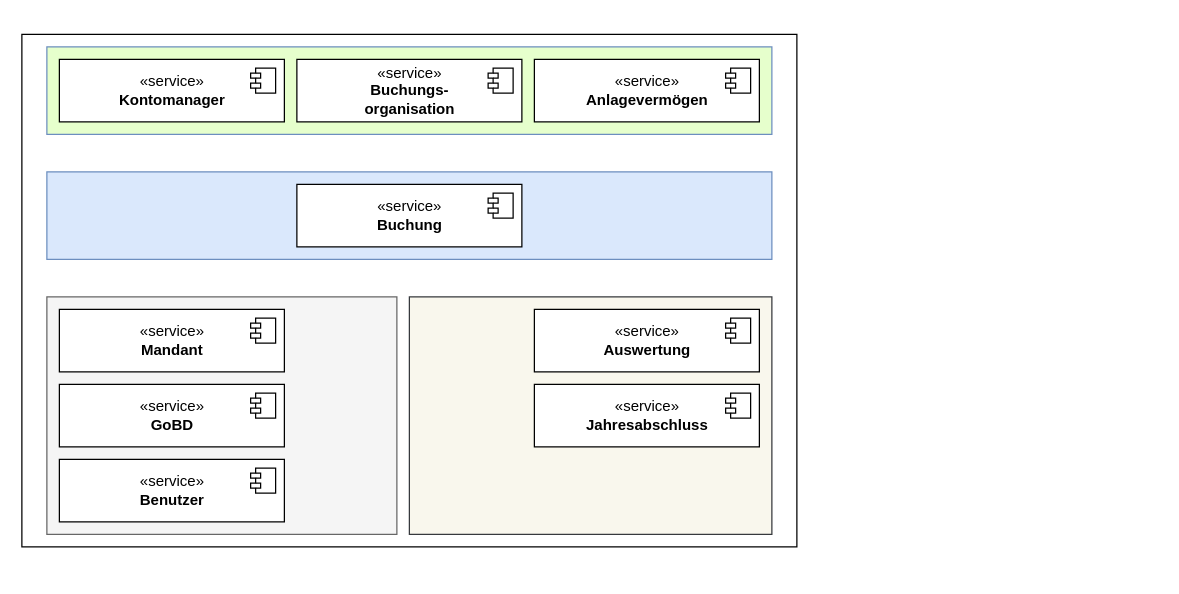
The draw.io diagram page "technische Komponenten" (3 of 5) of architektur/Architektur.drawio in DirkPodolakEssquare/agenda, before the edit. Source tidied: cells renumbered, new cells numbered last; positions are measured from the earlier drawing's top-left corner, leaving out a move shared by most shapes. Both pictures are drawn from the tidied source at 125%, with x=0, y=0 at pixel (21, 34).
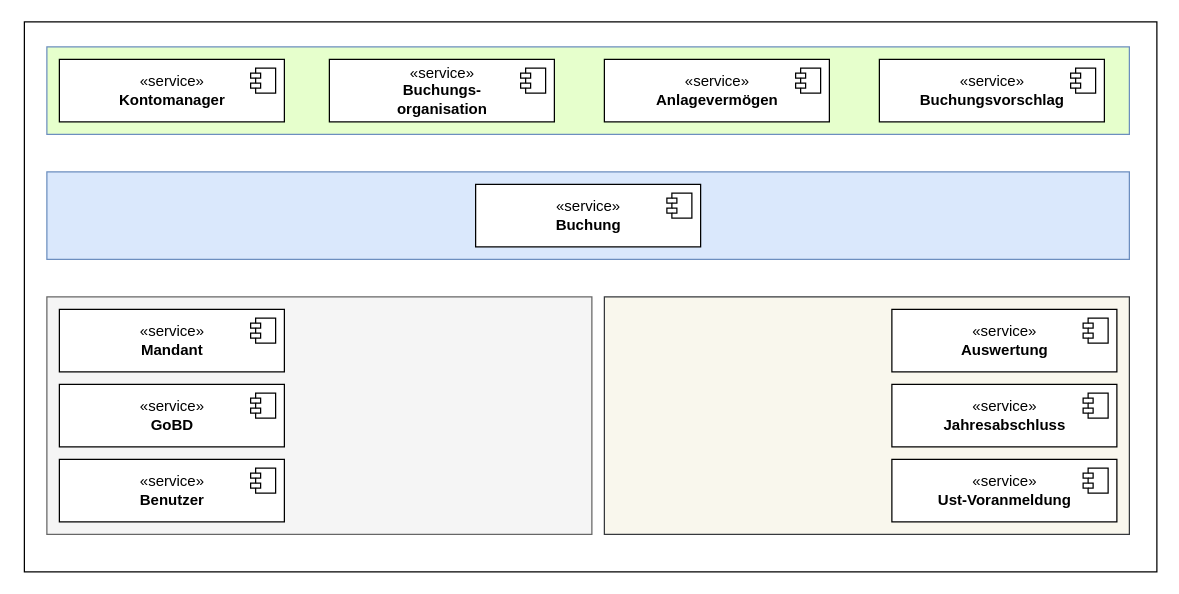
The same page after the edit.

What changed in the source:
```diff
@@
     <mxCell id="2" style="rounded=0;whiteSpace=wrap;html=1;" parent="1" vertex="1">
-      <mxGeometry width="620" height="410" as="geometry" />
+      <mxGeometry x="2" y="-10" width="906" height="440" as="geometry" />
     </mxCell>
     <mxCell id="3" style="rounded=0;whiteSpace=wrap;html=1;fillColor=#f9f7ed;strokeColor=#36393d;" parent="1" vertex="1">
-      <mxGeometry x="310" y="210" width="290" height="190" as="geometry" />
+      <mxGeometry x="466" y="210" width="420" height="190" as="geometry" />
     </mxCell>
     <mxCell id="4" style="rounded=0;whiteSpace=wrap;html=1;fillColor=#f5f5f5;strokeColor=#666666;fontColor=#333333;" parent="1" vertex="1">
-      <mxGeometry x="20" y="210" width="280" height="190" as="geometry" />
+      <mxGeometry x="20" y="210" width="436" height="190" as="geometry" />
     </mxCell>
     <mxCell id="5" style="rounded=0;whiteSpace=wrap;html=1;fillColor=#dae8fc;strokeColor=#6c8ebf;" parent="1" vertex="1">
-      <mxGeometry x="20" y="110" width="580" height="70" as="geometry" />
+      <mxGeometry x="20" y="110" width="866" height="70" as="geometry" />
     </mxCell>
     <mxCell id="6" style="rounded=0;whiteSpace=wrap;html=1;strokeColor=#6c8ebf;fillColor=#E6FFCC;" parent="1" vertex="1">
-      <mxGeometry x="20" y="10" width="580" height="70" as="geometry" />
+      <mxGeometry x="20" y="10" width="866" height="70" as="geometry" />
     </mxCell>
     <mxCell id="7" value="«service»&lt;br&gt;&lt;b&gt;Buchung&lt;/b&gt;" style="html=1;" parent="1" vertex="1">
-      <mxGeometry x="220" y="120" width="180" height="50" as="geometry" />
+      <mxGeometry x="363" y="120" width="180" height="50" as="geometry" />
     </mxCell>
@@
     <mxCell id="11" value="«service»&lt;br&gt;&lt;b&gt;Anlagevermögen&lt;br&gt;&lt;/b&gt;" style="html=1;" parent="1" vertex="1">
-      <mxGeometry x="410" y="20" width="180" height="50" as="geometry" />
+      <mxGeometry x="466" y="20" width="180" height="50" as="geometry" />
     </mxCell>
@@
     <mxCell id="15" value="«service»&lt;br&gt;&lt;b&gt;Buchungs-&lt;br&gt;organisation&lt;br&gt;&lt;/b&gt;" style="html=1;" parent="1" vertex="1">
-      <mxGeometry x="220" y="20" width="180" height="50" as="geometry" />
+      <mxGeometry x="246" y="20" width="180" height="50" as="geometry" />
     </mxCell>
@@
     <mxCell id="19" value="«service»&lt;br&gt;&lt;b&gt;Auswertung&lt;br&gt;&lt;/b&gt;" style="html=1;" parent="1" vertex="1">
-      <mxGeometry x="410" y="220" width="180" height="50" as="geometry" />
+      <mxGeometry x="696" y="220" width="180" height="50" as="geometry" />
     </mxCell>
@@
     <mxCell id="21" value="«service»&lt;br&gt;&lt;b&gt;Jahresabschluss&lt;br&gt;&lt;/b&gt;" style="html=1;" parent="1" vertex="1">
-      <mxGeometry x="410" y="280" width="180" height="50" as="geometry" />
+      <mxGeometry x="696" y="280" width="180" height="50" as="geometry" />
     </mxCell>
@@
+    <mxCell id="25" value="«service»&lt;br&gt;&lt;b&gt;Buchungsvorschlag&lt;br&gt;&lt;/b&gt;" style="html=1;" parent="1" vertex="1">
+      <mxGeometry x="686" y="20" width="180" height="50" as="geometry" />
+    </mxCell>
+    <mxCell id="26" style="shape=module;jettyWidth=8;jettyHeight=4;" parent="25" vertex="1">
+      <mxGeometry x="1" width="20" height="20" relative="1" as="geometry">
+        <mxPoint x="-27" y="7" as="offset" />
+      </mxGeometry>
+    </mxCell>
+    <mxCell id="27" value="«service»&lt;br&gt;&lt;b&gt;Ust-Voranmeldung&lt;br&gt;&lt;/b&gt;" style="html=1;" parent="1" vertex="1">
+      <mxGeometry x="696" y="340" width="180" height="50" as="geometry" />
+    </mxCell>
+    <mxCell id="28" style="shape=module;jettyWidth=8;jettyHeight=4;" parent="27" vertex="1">
+      <mxGeometry x="1" width="20" height="20" relative="1" as="geometry">
+        <mxPoint x="-27" y="7" as="offset" />
+      </mxGeometry>
+    </mxCell>
```
